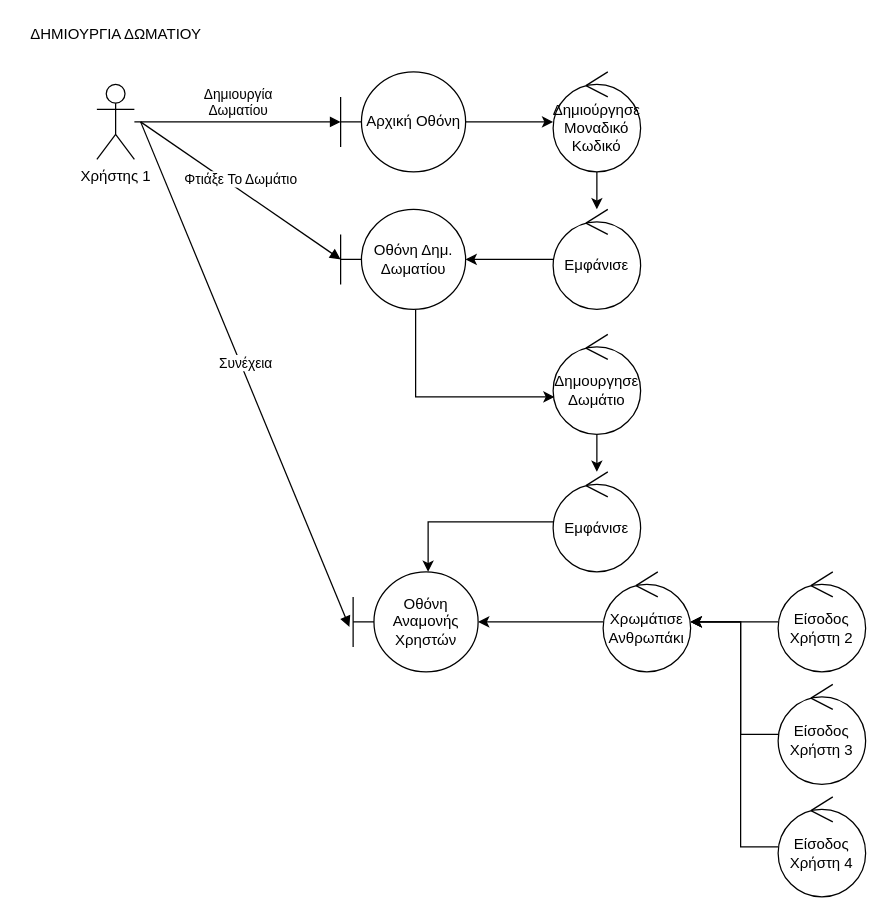
The draw.io diagram docs/contributions/itsikelis/Phase 3/Robustness Diagrams v0.1/user-create-room.drawio in iloudaros/nomnomr, before the edit. Source tidied: cells renumbered, new cells numbered last; positions are measured from the earlier drawing's top-left corner, leaving out a move shared by most shapes. Both pictures are drawn from the tidied source at 125%, with x=0, y=0 at pixel (21, 21).
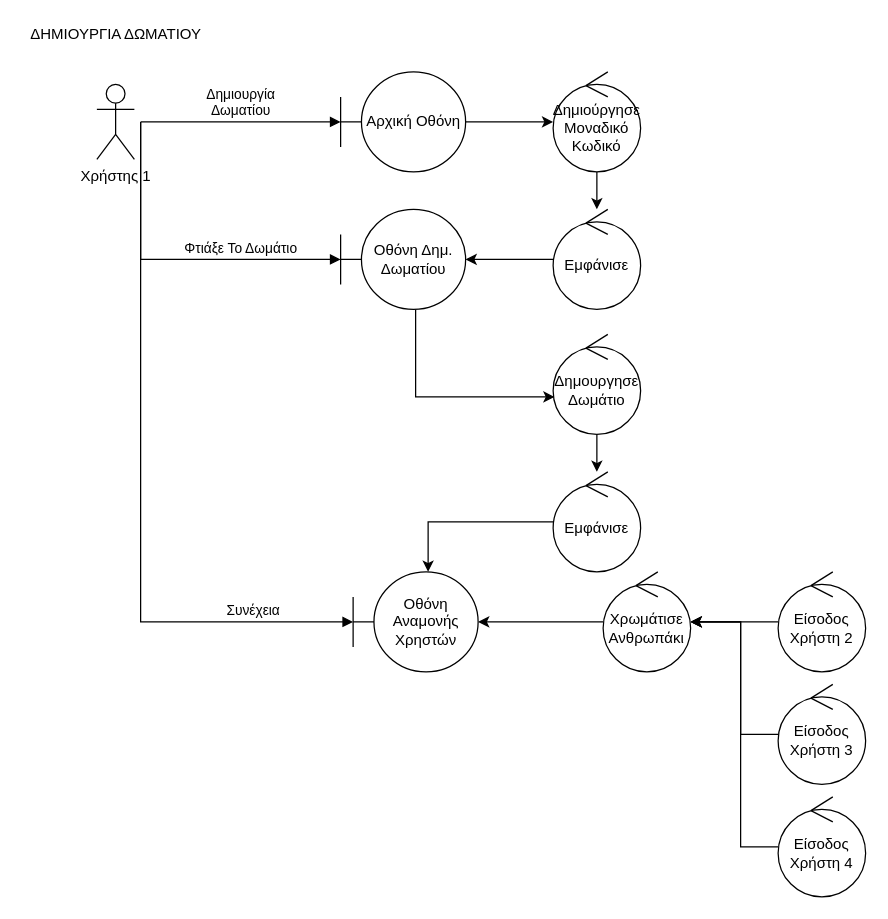
The same page after the edit.

Commit message (it also covers changes not shown here):
Create Room (Robustness-Use Case) Ready.

Unchanged cells that the change refers to:
```xml
<mxCell id="4" value="Αρχική Οθόνη" style="shape=umlBoundary;whiteSpace=wrap;html=1;" parent="1" vertex="1">
  <mxGeometry x="255" y="40" width="100" height="80" as="geometry" />
</mxCell>
<mxCell id="5" value="Χρήστης 1" style="shape=umlActor;verticalLabelPosition=bottom;verticalAlign=top;html=1;" parent="1" vertex="1">
  <mxGeometry x="60" y="50" width="30" height="60" as="geometry" />
</mxCell>
<mxCell id="16" value="Οθόνη&lt;br&gt;Αναμονής&lt;br&gt;Χρηστών" style="shape=umlBoundary;whiteSpace=wrap;html=1;" parent="1" vertex="1">
  <mxGeometry x="265" y="440" width="100" height="80" as="geometry" />
</mxCell>
```

The edit, as a diff of the source:
```diff
@@
-    <mxCell id="6" value="Δημιουργία&lt;br&gt;Δωματίου" style="html=1;verticalAlign=bottom;endArrow=block;rounded=0;" parent="1" edge="1" source="5" target="4">
-      <mxGeometry relative="1" as="geometry" />
+    <mxCell id="6" value="Δημιουργία&lt;br&gt;Δωματίου" style="html=1;verticalAlign=bottom;endArrow=block;rounded=0;" parent="1" edge="1" target="4">
+      <mxGeometry relative="1" as="geometry">
+        <mxPoint x="95" y="80" as="sourcePoint" />
+      </mxGeometry>
     </mxCell>
@@
     <mxCell id="13" value="Φτιάξε Το Δωμάτιο" style="html=1;verticalAlign=bottom;endArrow=block;rounded=0;" parent="1" edge="1">
-      <mxGeometry relative="1" as="geometry">
+      <mxGeometry x="0.41" relative="1" as="geometry">
         <mxPoint x="95" y="80" as="sourcePoint" />
         <mxPoint x="255" y="190" as="targetPoint" />
+        <Array as="points">
+          <mxPoint x="95" y="190" />
+        </Array>
       </mxGeometry>
     </mxCell>
@@
-    <mxCell id="27" value="Συνέχεια" style="html=1;verticalAlign=bottom;endArrow=block;rounded=0;entryX=-0.03;entryY=0.55;entryDx=0;entryDy=0;entryPerimeter=0;" parent="1" edge="1" target="16">
-      <mxGeometry relative="1" as="geometry">
+    <mxCell id="27" value="Συνέχεια" style="html=1;verticalAlign=bottom;endArrow=block;rounded=0;entryX=0;entryY=0.5;entryDx=0;entryDy=0;entryPerimeter=0;" parent="1" edge="1" target="16">
+      <mxGeometry x="0.72" relative="1" as="geometry">
         <mxPoint x="95" y="80" as="sourcePoint" />
+        <Array as="points">
+          <mxPoint x="95" y="480" />
+        </Array>
       </mxGeometry>
     </mxCell>
```
